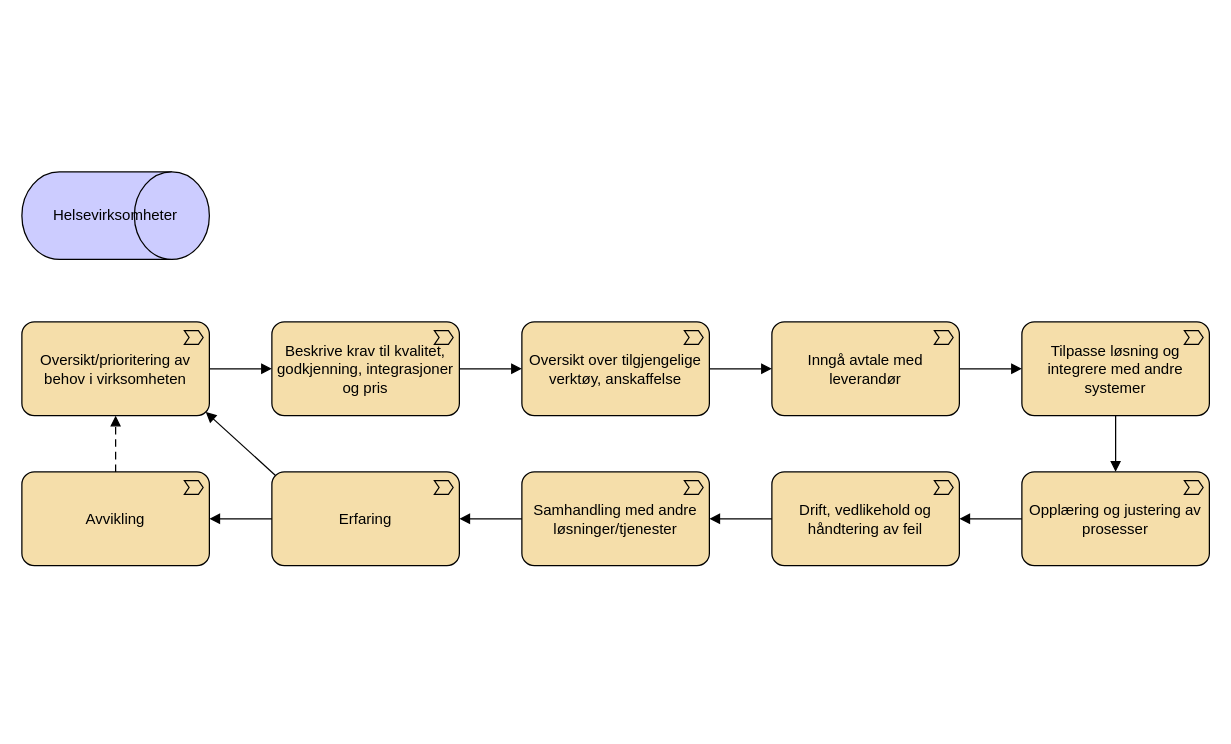
Earlier version of the draw.io diagram page "verdikjede-virksomheter" (8 of 8) of currentbuild/strategi/value-chain.drawio (hdir/Digital-Forstelinje). Source tidied: cells renumbered, new cells numbered last; positions are measured from the earlier drawing's top-left corner, leaving out a move shared by most shapes. Both pictures are drawn from the tidied source at 125%, with x=0, y=0 at pixel (21, 171).
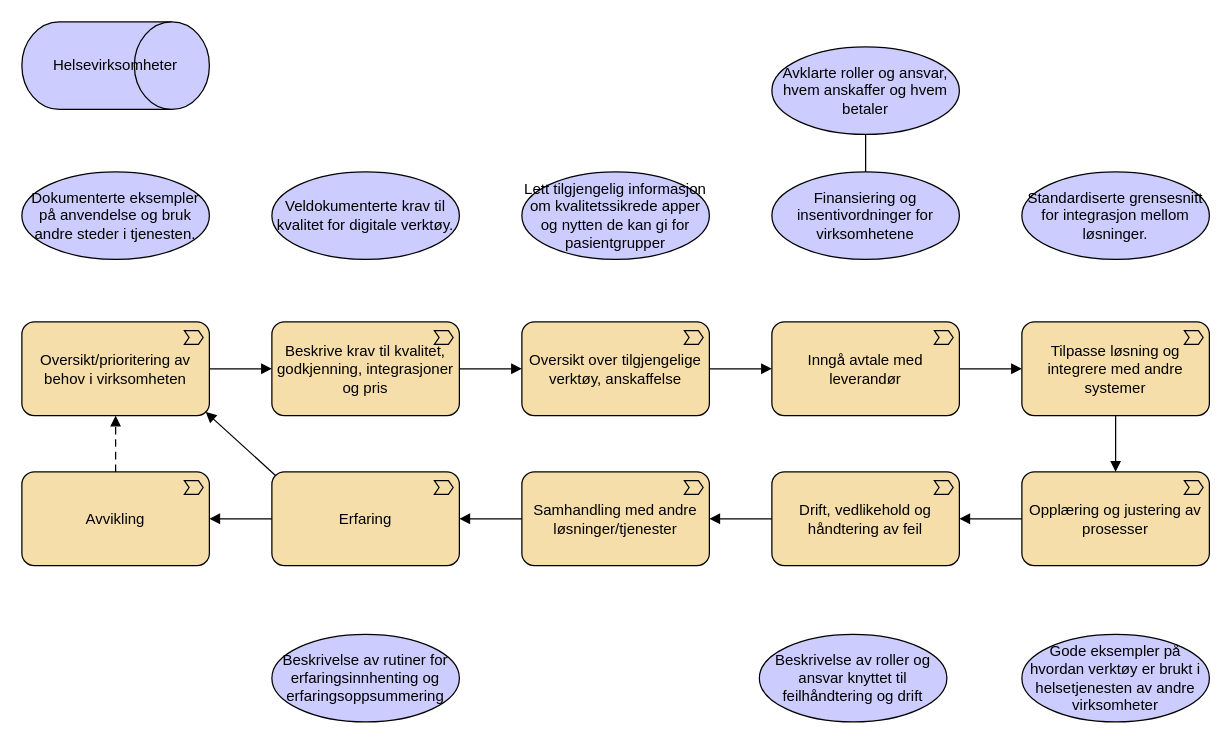
The same page after the edit.

What changed in the source:
```diff
@@
     <mxCell id="23" value="Helsevirksomheter" style="html=1;whiteSpace=wrap;fillColor=#CCCCFF;shape=mxgraph.archimate3.role;" parent="1" vertex="1">
-      <mxGeometry width="150" height="70" as="geometry" />
+      <mxGeometry y="-120" width="150" height="70" as="geometry" />
     </mxCell>
+    <mxCell id="24" value="Lett tilgjengelig informasjon om kvalitetssikrede apper og nytten de kan gi for pasientgrupper" style="shape=ellipse;html=1;whiteSpace=wrap;fillColor=#CCCCFF;" parent="1" vertex="1">
+      <mxGeometry x="400" width="150" height="70" as="geometry" />
+    </mxCell>
+    <mxCell id="25" value="Finansiering og insentivordninger for virksomhetene" style="shape=ellipse;html=1;whiteSpace=wrap;fillColor=#CCCCFF;" parent="1" vertex="1">
+      <mxGeometry x="600" width="150" height="70" as="geometry" />
+    </mxCell>
+    <mxCell id="26" value="Standardiserte grensesnitt for integrasjon mellom løsninger." style="shape=ellipse;html=1;whiteSpace=wrap;fillColor=#CCCCFF;" parent="1" vertex="1">
+      <mxGeometry x="800" width="150" height="70" as="geometry" />
+    </mxCell>
+    <mxCell id="27" value="Gode eksempler på hvordan verktøy er brukt i helsetjenesten av andre virksomheter" style="shape=ellipse;html=1;whiteSpace=wrap;fillColor=#CCCCFF;" parent="1" vertex="1">
+      <mxGeometry x="800" y="370" width="150" height="70" as="geometry" />
+    </mxCell>
+    <mxCell id="28" value="Beskrivelse av roller og ansvar knyttet til feilhåndtering og drift" style="shape=ellipse;html=1;whiteSpace=wrap;fillColor=#CCCCFF;" parent="1" vertex="1">
+      <mxGeometry x="590" y="370" width="150" height="70" as="geometry" />
+    </mxCell>
+    <mxCell id="29" value="Beskrivelse av rutiner for erfaringsinnhenting og erfaringsoppsummering" style="shape=ellipse;html=1;whiteSpace=wrap;fillColor=#CCCCFF;" parent="1" vertex="1">
+      <mxGeometry x="200" y="370" width="150" height="70" as="geometry" />
+    </mxCell>
+    <mxCell id="30" value="Dokumenterte eksempler på anvendelse og bruk andre steder i tjenesten." style="shape=ellipse;html=1;whiteSpace=wrap;fillColor=#CCCCFF;" parent="1" vertex="1">
+      <mxGeometry width="150" height="70" as="geometry" />
+    </mxCell>
+    <mxCell id="31" value="Veldokumenterte krav til kvalitet for digitale verktøy." style="shape=ellipse;html=1;whiteSpace=wrap;fillColor=#CCCCFF;" parent="1" vertex="1">
+      <mxGeometry x="200" width="150" height="70" as="geometry" />
+    </mxCell>
+    <mxCell id="32" value="Avklarte roller og ansvar, hvem anskaffer og hvem betaler" style="shape=ellipse;html=1;whiteSpace=wrap;fillColor=#CCCCFF;" parent="1" vertex="1">
+      <mxGeometry x="600" y="-100" width="150" height="70" as="geometry" />
+    </mxCell>
+    <mxCell id="33" style="edgeStyle=elbowEdgeStyle;html=1;endArrow=none;elbow=vertical;entryX=0.5;entryY=1;entryDx=0;entryDy=0;exitX=0.5;exitY=0;exitDx=0;exitDy=0;" parent="1" edge="1" source="25" target="32">
+      <mxGeometry relative="1" as="geometry" />
+    </mxCell>
```
